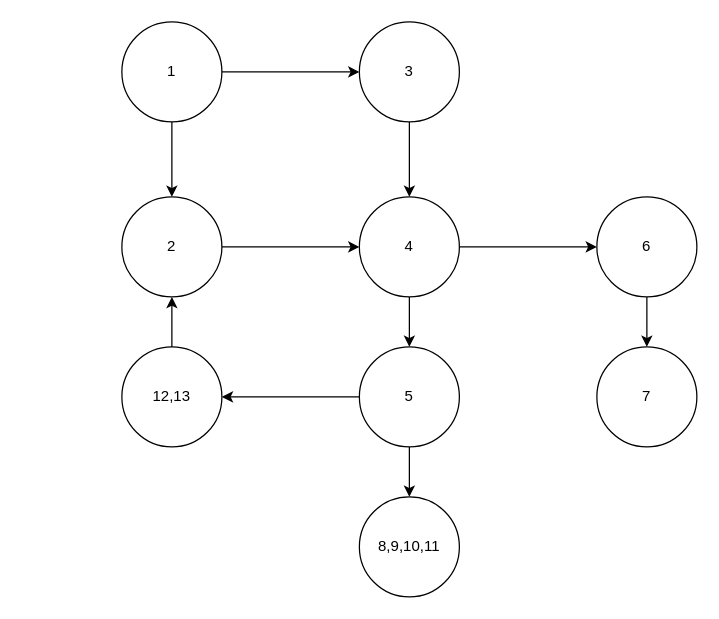
This is Login_CFG.drawio from shrutisusan26/soi-Django-React, a draw.io file, before an edit. Source tidied: cells renumbered, new cells numbered last; positions are measured from the earlier drawing's top-left corner, leaving out a move shared by most shapes. Both pictures are drawn from the tidied source at 125%, with x=0, y=0 at pixel (121, 21).
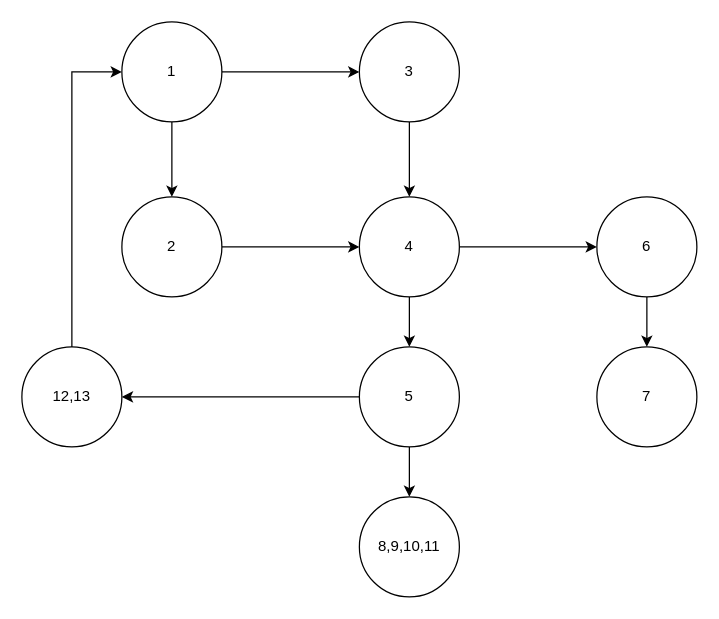
After the change.

The change refers to these unchanged cells:
```xml
<mxCell id="4" value="1" style="ellipse;whiteSpace=wrap;html=1;" parent="1" vertex="1">
  <mxGeometry width="80" height="80" as="geometry" />
</mxCell>
<mxCell id="6" value="2" style="ellipse;whiteSpace=wrap;html=1;" parent="1" vertex="1">
  <mxGeometry y="140" width="80" height="80" as="geometry" />
</mxCell>
```

Diff of the diagram source:
```diff
@@
-    <mxCell id="7" style="edgeStyle=orthogonalEdgeStyle;rounded=0;jettySize=auto;html=1;" parent="1" edge="1" source="8" target="6">
-      <mxGeometry relative="1" as="geometry" />
-    </mxCell>
+    <mxCell id="21" style="edgeStyle=orthogonalEdgeStyle;rounded=0;jettySize=auto;html=1;entryX=0;entryY=0.5;entryDx=0;entryDy=0;" parent="1" edge="1" source="8" target="4">
+      <mxGeometry relative="1" as="geometry" />
+    </mxCell>
     <mxCell id="8" value="12,13" style="ellipse;whiteSpace=wrap;html=1;" parent="1" vertex="1">
-      <mxGeometry y="260" width="80" height="80" as="geometry" />
+      <mxGeometry x="-80" y="260" width="80" height="80" as="geometry" />
     </mxCell>
```
